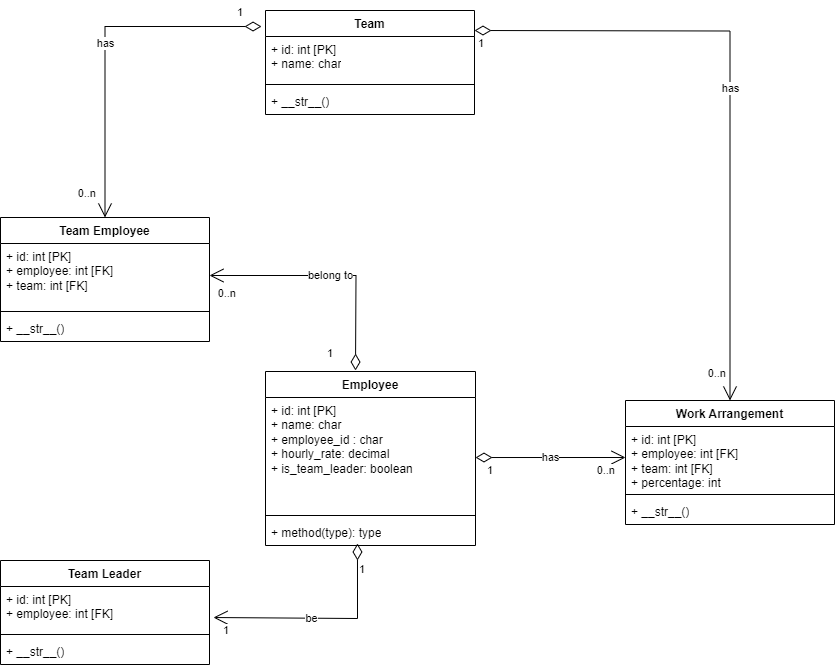
Above: UML_employee_app.png in tzeneng96/Edi_Assignment (draw.io), before the change. Source tidied: cells renumbered, new cells last; positions are measured from the earlier drawing's top-left corner, leaving out a move shared by most shapes.
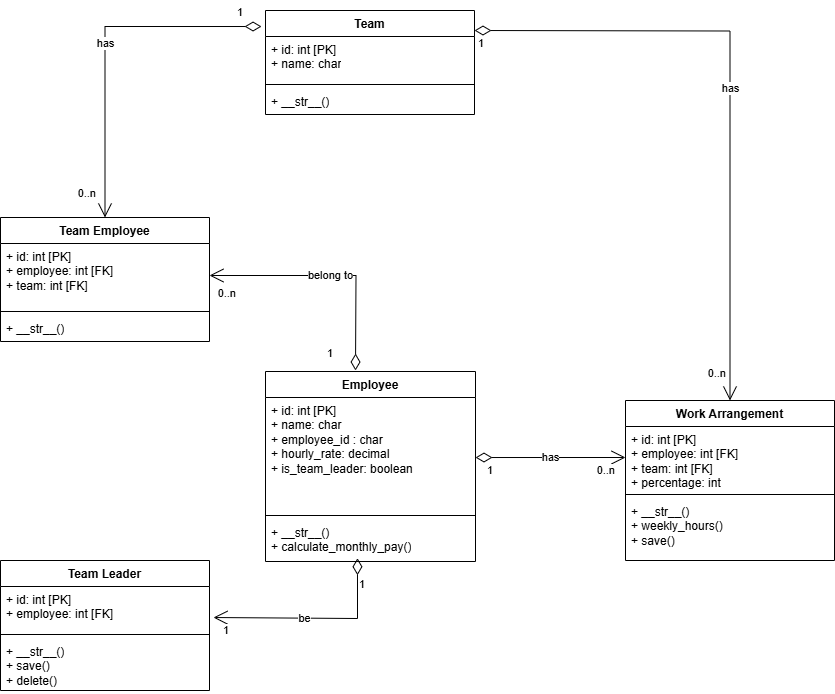
Later version of the same file.

Diff of the diagram source:
```diff
@@ -15,7 +15,7 @@
       <mxGeometry y="78" width="209" height="26" as="geometry" />
     </mxCell>
     <mxCell id="6" value="Employee" style="swimlane;fontStyle=1;align=center;verticalAlign=top;horizontal=1;startSize=26;whiteSpace=wrap;html=1;" parent="1" vertex="1">
-      <mxGeometry x="265" y="361" width="210" height="174" as="geometry" />
+      <mxGeometry x="265" y="361" width="210" height="190" as="geometry" />
     </mxCell>
     <mxCell id="7" value="+ id: int [PK]&lt;div&gt;+ name: char&lt;div&gt;+ employee_id : char&lt;/div&gt;&lt;div&gt;&lt;span style=&quot;background-color: initial;&quot;&gt;+ hourly_rate: decimal&lt;/span&gt;&lt;/div&gt;&lt;div&gt;+ is_team_leader: boolean&lt;/div&gt;&lt;/div&gt;" style="text;strokeColor=none;fillColor=none;align=left;verticalAlign=top;spacingLeft=4;spacingRight=4;overflow=hidden;whiteSpace=wrap;html=1;" parent="6" vertex="1">
       <mxGeometry y="26" width="210" height="114" as="geometry" />
@@ -23,11 +23,11 @@
     <mxCell id="8" style="line;strokeWidth=1;fillColor=none;align=left;verticalAlign=middle;spacingTop=-1;spacingLeft=3;spacingRight=3;labelPosition=right;strokeColor=inherit;" parent="6" vertex="1">
       <mxGeometry y="140" width="210" height="8" as="geometry" />
     </mxCell>
-    <mxCell id="9" value="+ method(type): type" style="text;strokeColor=none;fillColor=none;align=left;verticalAlign=top;spacingLeft=4;spacingRight=4;overflow=hidden;points=[[0,0.5],[1,0.5]];portConstraint=eastwest;whiteSpace=wrap;html=1;" parent="6" vertex="1">
-      <mxGeometry y="148" width="210" height="26" as="geometry" />
+    <mxCell id="9" value="+ __str__()&lt;div&gt;+ calculate_monthly_pay()&lt;/div&gt;" style="text;strokeColor=none;fillColor=none;align=left;verticalAlign=top;spacingLeft=4;spacingRight=4;overflow=hidden;points=[[0,0.5],[1,0.5]];portConstraint=eastwest;whiteSpace=wrap;html=1;" parent="6" vertex="1">
+      <mxGeometry y="148" width="210" height="42" as="geometry" />
     </mxCell>
     <mxCell id="10" value="Team Leader" style="swimlane;fontStyle=1;align=center;verticalAlign=top;horizontal=1;startSize=26;whiteSpace=wrap;html=1;" parent="1" vertex="1">
-      <mxGeometry y="550" width="209" height="104" as="geometry" />
+      <mxGeometry y="550" width="209" height="130" as="geometry" />
     </mxCell>
     <mxCell id="11" value="+ id: int [PK]&lt;div&gt;+ employee: int [FK]&lt;div&gt;&lt;br&gt;&lt;/div&gt;&lt;/div&gt;" style="text;strokeColor=none;fillColor=none;align=left;verticalAlign=top;spacingLeft=4;spacingRight=4;overflow=hidden;points=[[0,0.5],[1,0.5]];portConstraint=eastwest;whiteSpace=wrap;html=1;" parent="10" vertex="1">
       <mxGeometry y="26" width="209" height="44" as="geometry" />
@@ -35,8 +35,8 @@
     <mxCell id="12" style="line;strokeWidth=1;fillColor=none;align=left;verticalAlign=middle;spacingTop=-1;spacingLeft=3;spacingRight=3;labelPosition=right;strokeColor=inherit;" parent="10" vertex="1">
       <mxGeometry y="70" width="209" height="8" as="geometry" />
     </mxCell>
-    <mxCell id="13" value="+ __str__()" style="text;strokeColor=none;fillColor=none;align=left;verticalAlign=top;spacingLeft=4;spacingRight=4;overflow=hidden;whiteSpace=wrap;html=1;" parent="10" vertex="1">
-      <mxGeometry y="78" width="209" height="26" as="geometry" />
+    <mxCell id="13" value="+ __str__()&lt;br&gt;+ save()&lt;div&gt;+ delete()&lt;/div&gt;" style="text;strokeColor=none;fillColor=none;align=left;verticalAlign=top;spacingLeft=4;spacingRight=4;overflow=hidden;whiteSpace=wrap;html=1;" parent="10" vertex="1">
+      <mxGeometry y="78" width="209" height="52" as="geometry" />
     </mxCell>
     <mxCell id="14" value="be" style="endArrow=open;html=1;endSize=12;startArrow=diamondThin;startSize=14;startFill=0;edgeStyle=orthogonalEdgeStyle;rounded=0;exitX=0.438;exitY=0.923;exitDx=0;exitDy=0;exitPerimeter=0;entryX=1.019;entryY=0.705;entryDx=0;entryDy=0;entryPerimeter=0;" parent="1" edge="1" source="9" target="11">
       <mxGeometry x="0.1" relative="1" as="geometry">
@@ -83,7 +83,7 @@
       </mxGeometry>
     </mxCell>
     <mxCell id="24" value="Work Arrangement" style="swimlane;fontStyle=1;align=center;verticalAlign=top;horizontal=1;startSize=26;whiteSpace=wrap;html=1;" parent="1" vertex="1">
-      <mxGeometry x="625" y="390" width="209" height="124" as="geometry" />
+      <mxGeometry x="625" y="390" width="209" height="160" as="geometry" />
     </mxCell>
     <mxCell id="25" value="+ id: int [PK]&lt;div&gt;+ employee: int [FK]&lt;/div&gt;&lt;div&gt;+ team: int [FK]&lt;br&gt;&lt;div&gt;+ percentage: int&lt;/div&gt;&lt;/div&gt;&lt;div&gt;&lt;br&gt;&lt;/div&gt;" style="text;strokeColor=none;fillColor=none;align=left;verticalAlign=top;spacingLeft=4;spacingRight=4;overflow=hidden;whiteSpace=wrap;html=1;" parent="24" vertex="1">
       <mxGeometry y="26" width="209" height="64" as="geometry" />
@@ -91,8 +91,8 @@
     <mxCell id="26" style="line;strokeWidth=1;fillColor=none;align=left;verticalAlign=middle;spacingTop=-1;spacingLeft=3;spacingRight=3;labelPosition=right;strokeColor=inherit;" parent="24" vertex="1">
       <mxGeometry y="90" width="209" height="8" as="geometry" />
     </mxCell>
-    <mxCell id="27" value="+ __str__()" style="text;strokeColor=none;fillColor=none;align=left;verticalAlign=top;spacingLeft=4;spacingRight=4;overflow=hidden;whiteSpace=wrap;html=1;" parent="24" vertex="1">
-      <mxGeometry y="98" width="209" height="26" as="geometry" />
+    <mxCell id="27" value="+ __str__()&lt;div&gt;+ weekly_hours()&lt;/div&gt;&lt;div&gt;+ save()&lt;/div&gt;" style="text;strokeColor=none;fillColor=none;align=left;verticalAlign=top;spacingLeft=4;spacingRight=4;overflow=hidden;whiteSpace=wrap;html=1;" parent="24" vertex="1">
+      <mxGeometry y="98" width="209" height="62" as="geometry" />
     </mxCell>
     <mxCell id="28" value="has" style="endArrow=open;html=1;endSize=12;startArrow=diamondThin;startSize=14;startFill=0;edgeStyle=orthogonalEdgeStyle;rounded=0;" parent="1" edge="1">
       <mxGeometry relative="1" as="geometry">
```
